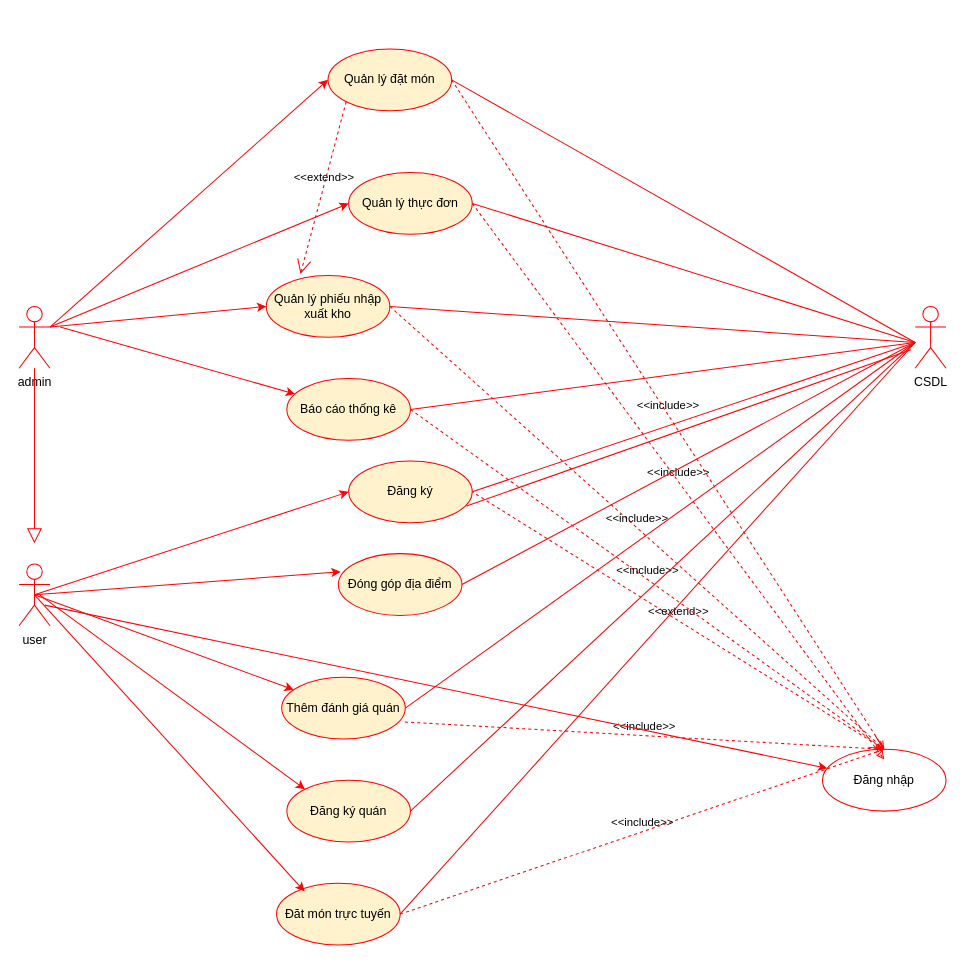
Before: page "Page-2" (2 of 14) of Documentations/Database.drawio in MajinBuuNe-Ahihi/DATN, a draw.io diagram. Source tidied: cells renumbered, new cells numbered last; positions are measured from the earlier drawing's top-left corner, leaving out a move shared by most shapes. Both pictures are drawn from the tidied source at 103%, with x=0, y=0 at pixel (19, 48).
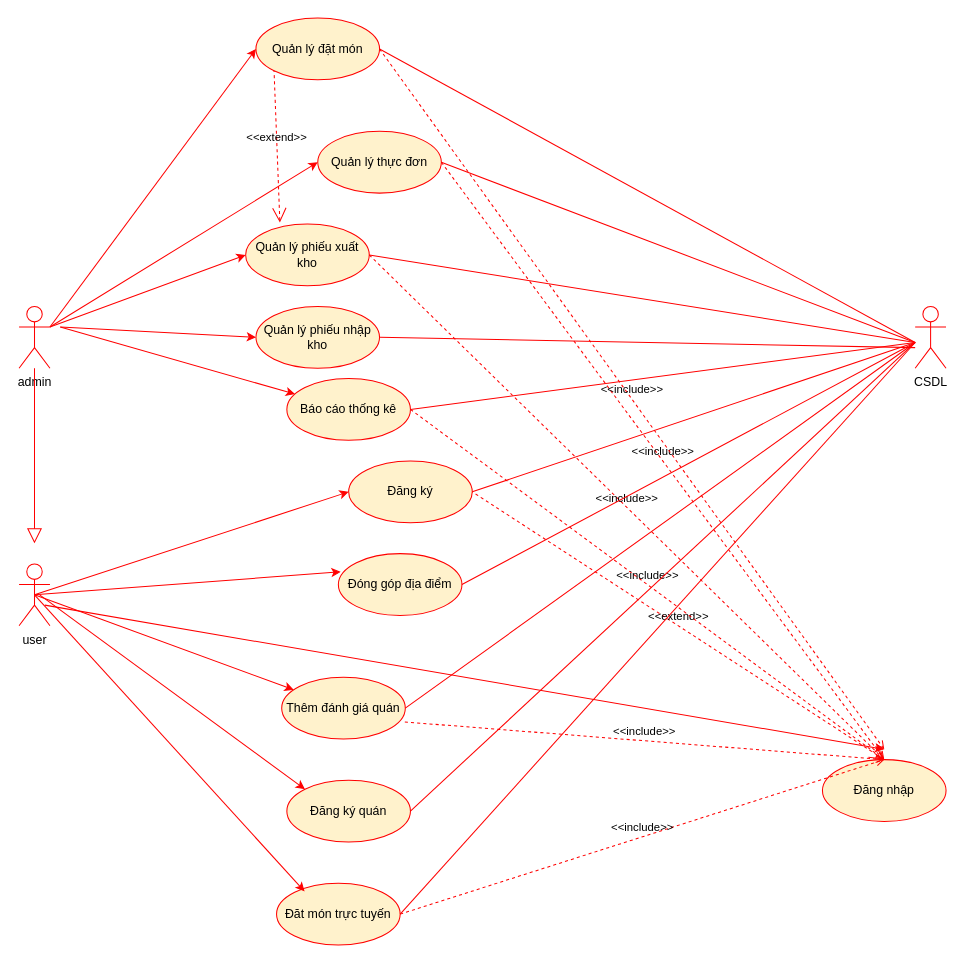
The same diagram, later.

Unchanged cells that the change refers to:
```xml
<mxCell id="10" value="Đăng ký" style="ellipse;whiteSpace=wrap;html=1;strokeColor=#FF0000;fillColor=#fff2cc;" parent="1" vertex="1">
  <mxGeometry x="320" y="400" width="120" height="60" as="geometry" />
</mxCell>
```

The edit, as a diff of the source:
```diff
@@
     <mxCell id="4" value="Quản lý thực đơn" style="ellipse;whiteSpace=wrap;html=1;strokeColor=#FF0000;fillColor=#fff2cc;" parent="1" vertex="1">
-      <mxGeometry x="320" y="120" width="120" height="60" as="geometry" />
+      <mxGeometry x="290" y="80" width="120" height="60" as="geometry" />
     </mxCell>
@@
-    <mxCell id="6" value="Quản lý phiếu nhập xuất kho" style="ellipse;whiteSpace=wrap;html=1;strokeColor=#FF0000;fillColor=#fff2cc;" parent="1" vertex="1">
-      <mxGeometry x="240" y="220" width="120" height="60" as="geometry" />
+    <mxCell id="6" value="Quản lý phiếu xuất kho" style="ellipse;whiteSpace=wrap;html=1;strokeColor=#FF0000;fillColor=#fff2cc;" parent="1" vertex="1">
+      <mxGeometry x="220" y="170" width="120" height="60" as="geometry" />
     </mxCell>
@@
     <mxCell id="11" value="Quản lý đặt món" style="ellipse;whiteSpace=wrap;html=1;strokeColor=#FF0000;fillColor=#fff2cc;" parent="1" vertex="1">
-      <mxGeometry x="300" width="120" height="60" as="geometry" />
+      <mxGeometry x="230" y="-30" width="120" height="60" as="geometry" />
     </mxCell>
@@
-    <mxCell id="21" value="Đăng nhập" style="ellipse;whiteSpace=wrap;html=1;strokeColor=#FF0000;" parent="1" vertex="1">
-      <mxGeometry x="780" y="680" width="120" height="60" as="geometry" />
+    <mxCell id="21" value="Đăng nhập" style="ellipse;whiteSpace=wrap;html=1;strokeColor=#FF0000;fillColor=#fff2cc;" parent="1" vertex="1">
+      <mxGeometry x="780" y="690" width="120" height="60" as="geometry" />
     </mxCell>
@@
-    <mxCell id="41" style="endArrow=none;html=1;rounded=0;entryX=-0.067;entryY=0.9;entryDx=0;entryDy=0;entryPerimeter=0;exitX=0.954;exitY=0.729;exitDx=0;exitDy=0;exitPerimeter=0;strokeColor=#FF0000;" parent="1" edge="1" source="10">
-      <mxGeometry relative="1" as="geometry">
-        <mxPoint x="866" y="292" as="targetPoint" />
-      </mxGeometry>
-    </mxCell>
-    <mxCell id="42" style="endArrow=classic;html=1;rounded=0;exitX=0.5;exitY=0.5;exitDx=0;exitDy=0;exitPerimeter=0;strokeColor=#FF0000;" parent="1" edge="1" target="21">
+    <mxCell id="42" style="endArrow=classic;html=1;rounded=0;exitX=0.5;exitY=0.5;exitDx=0;exitDy=0;exitPerimeter=0;strokeColor=#FF0000;" parent="1" edge="1">
       <mxGeometry relative="1" as="geometry">
         <mxPoint x="25" y="540" as="sourcePoint" />
+        <mxPoint x="840" y="680" as="targetPoint" />
       </mxGeometry>
     </mxCell>
@@
+    <mxCell id="44" value="Quản lý phiếu nhập kho" style="ellipse;whiteSpace=wrap;html=1;strokeColor=#FF0000;fillColor=#fff2cc;" parent="1" vertex="1">
+      <mxGeometry x="230" y="250" width="120" height="60" as="geometry" />
+    </mxCell>
+    <mxCell id="45" style="endArrow=classic;html=1;rounded=0;entryX=0;entryY=0.5;entryDx=0;entryDy=0;strokeColor=#FF0000;" parent="1" edge="1" target="44">
+      <mxGeometry relative="1" as="geometry">
+        <mxPoint x="40" y="270" as="sourcePoint" />
+      </mxGeometry>
+    </mxCell>
+    <mxCell id="46" style="edgeStyle=none;html=1;endArrow=none;verticalAlign=bottom;rounded=0;exitX=1;exitY=0.5;exitDx=0;exitDy=0;strokeColor=#FF0000;" parent="1" edge="1" source="44">
+      <mxGeometry relative="1" as="geometry">
+        <mxPoint x="870" y="290" as="targetPoint" />
+      </mxGeometry>
+    </mxCell>
```
